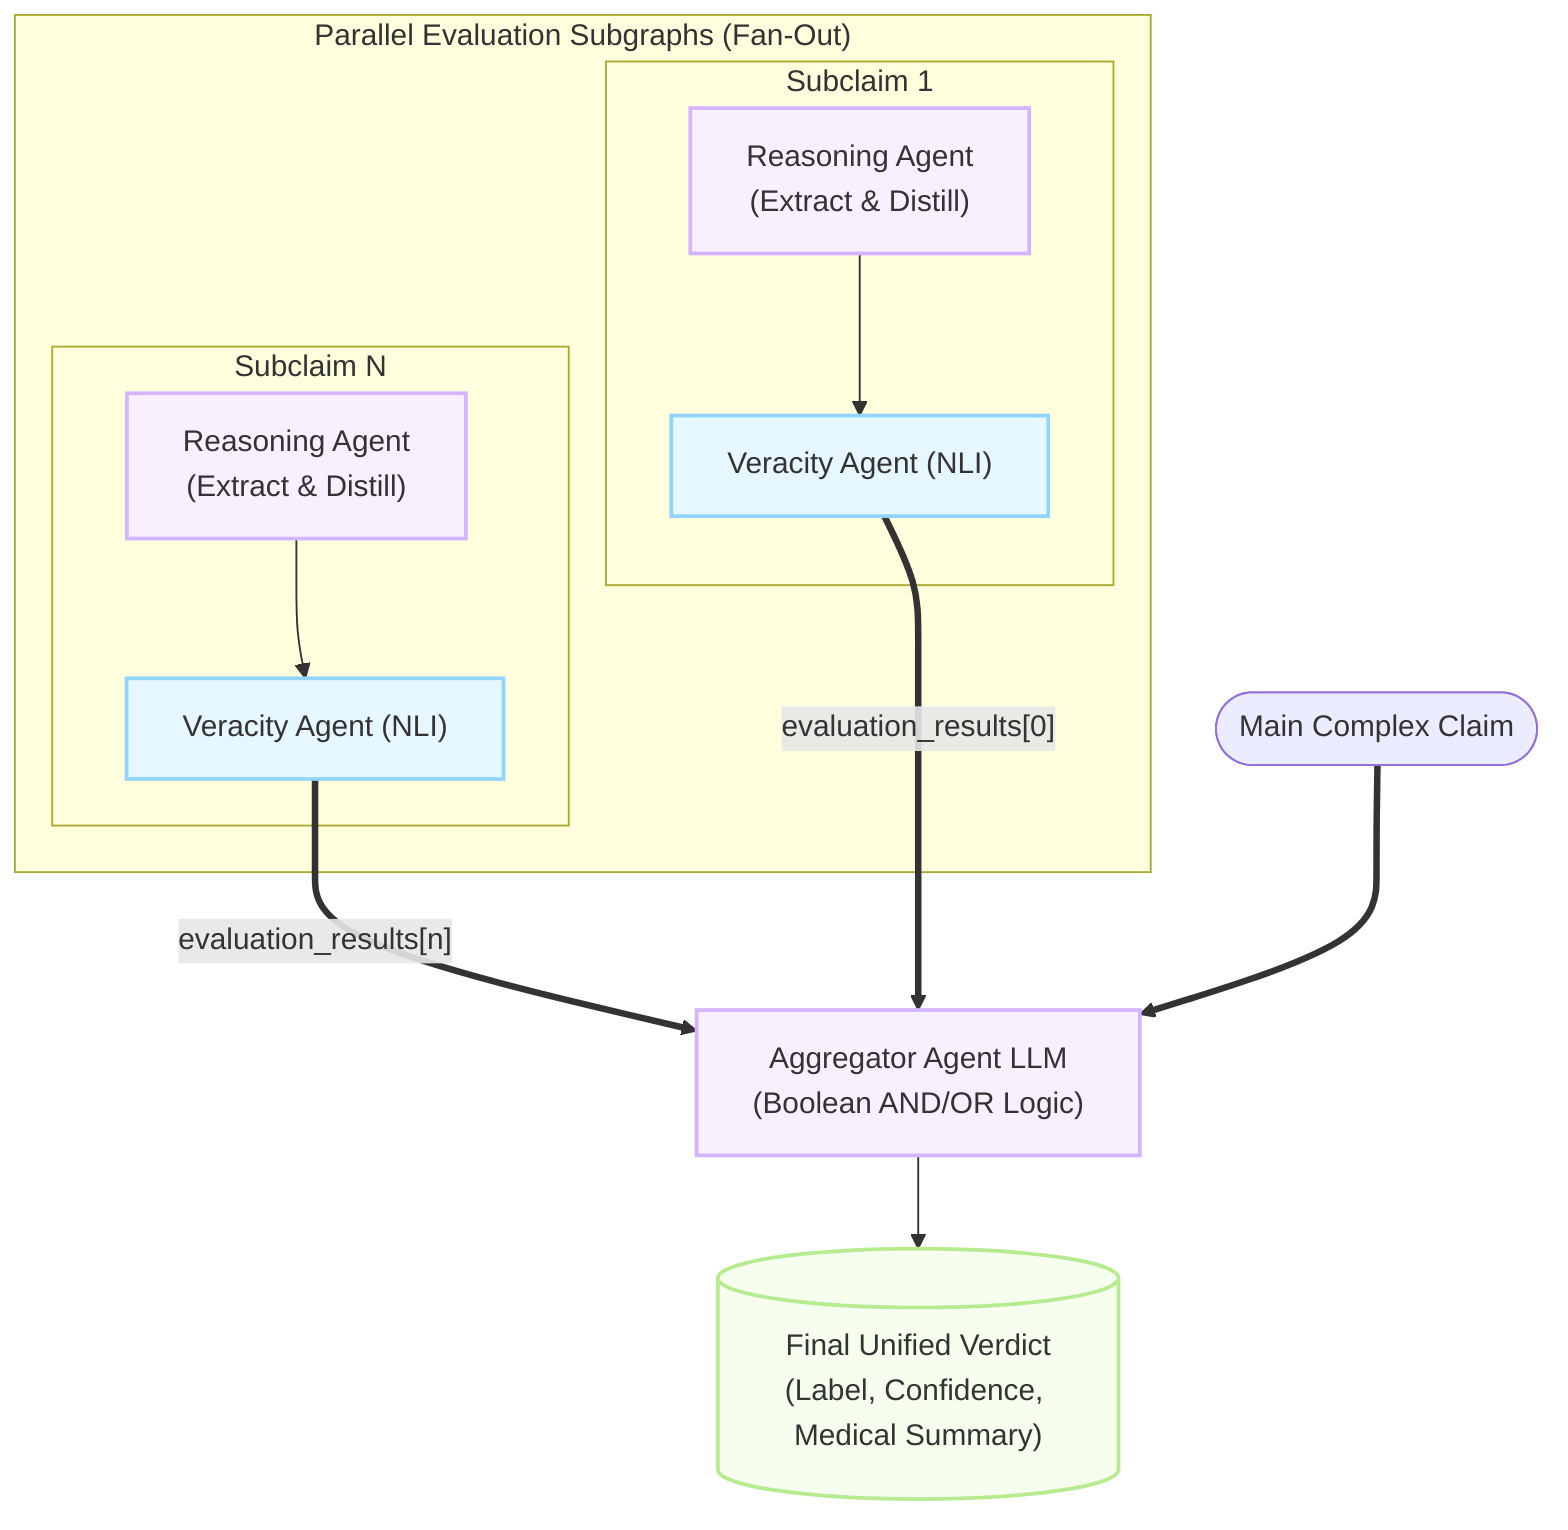
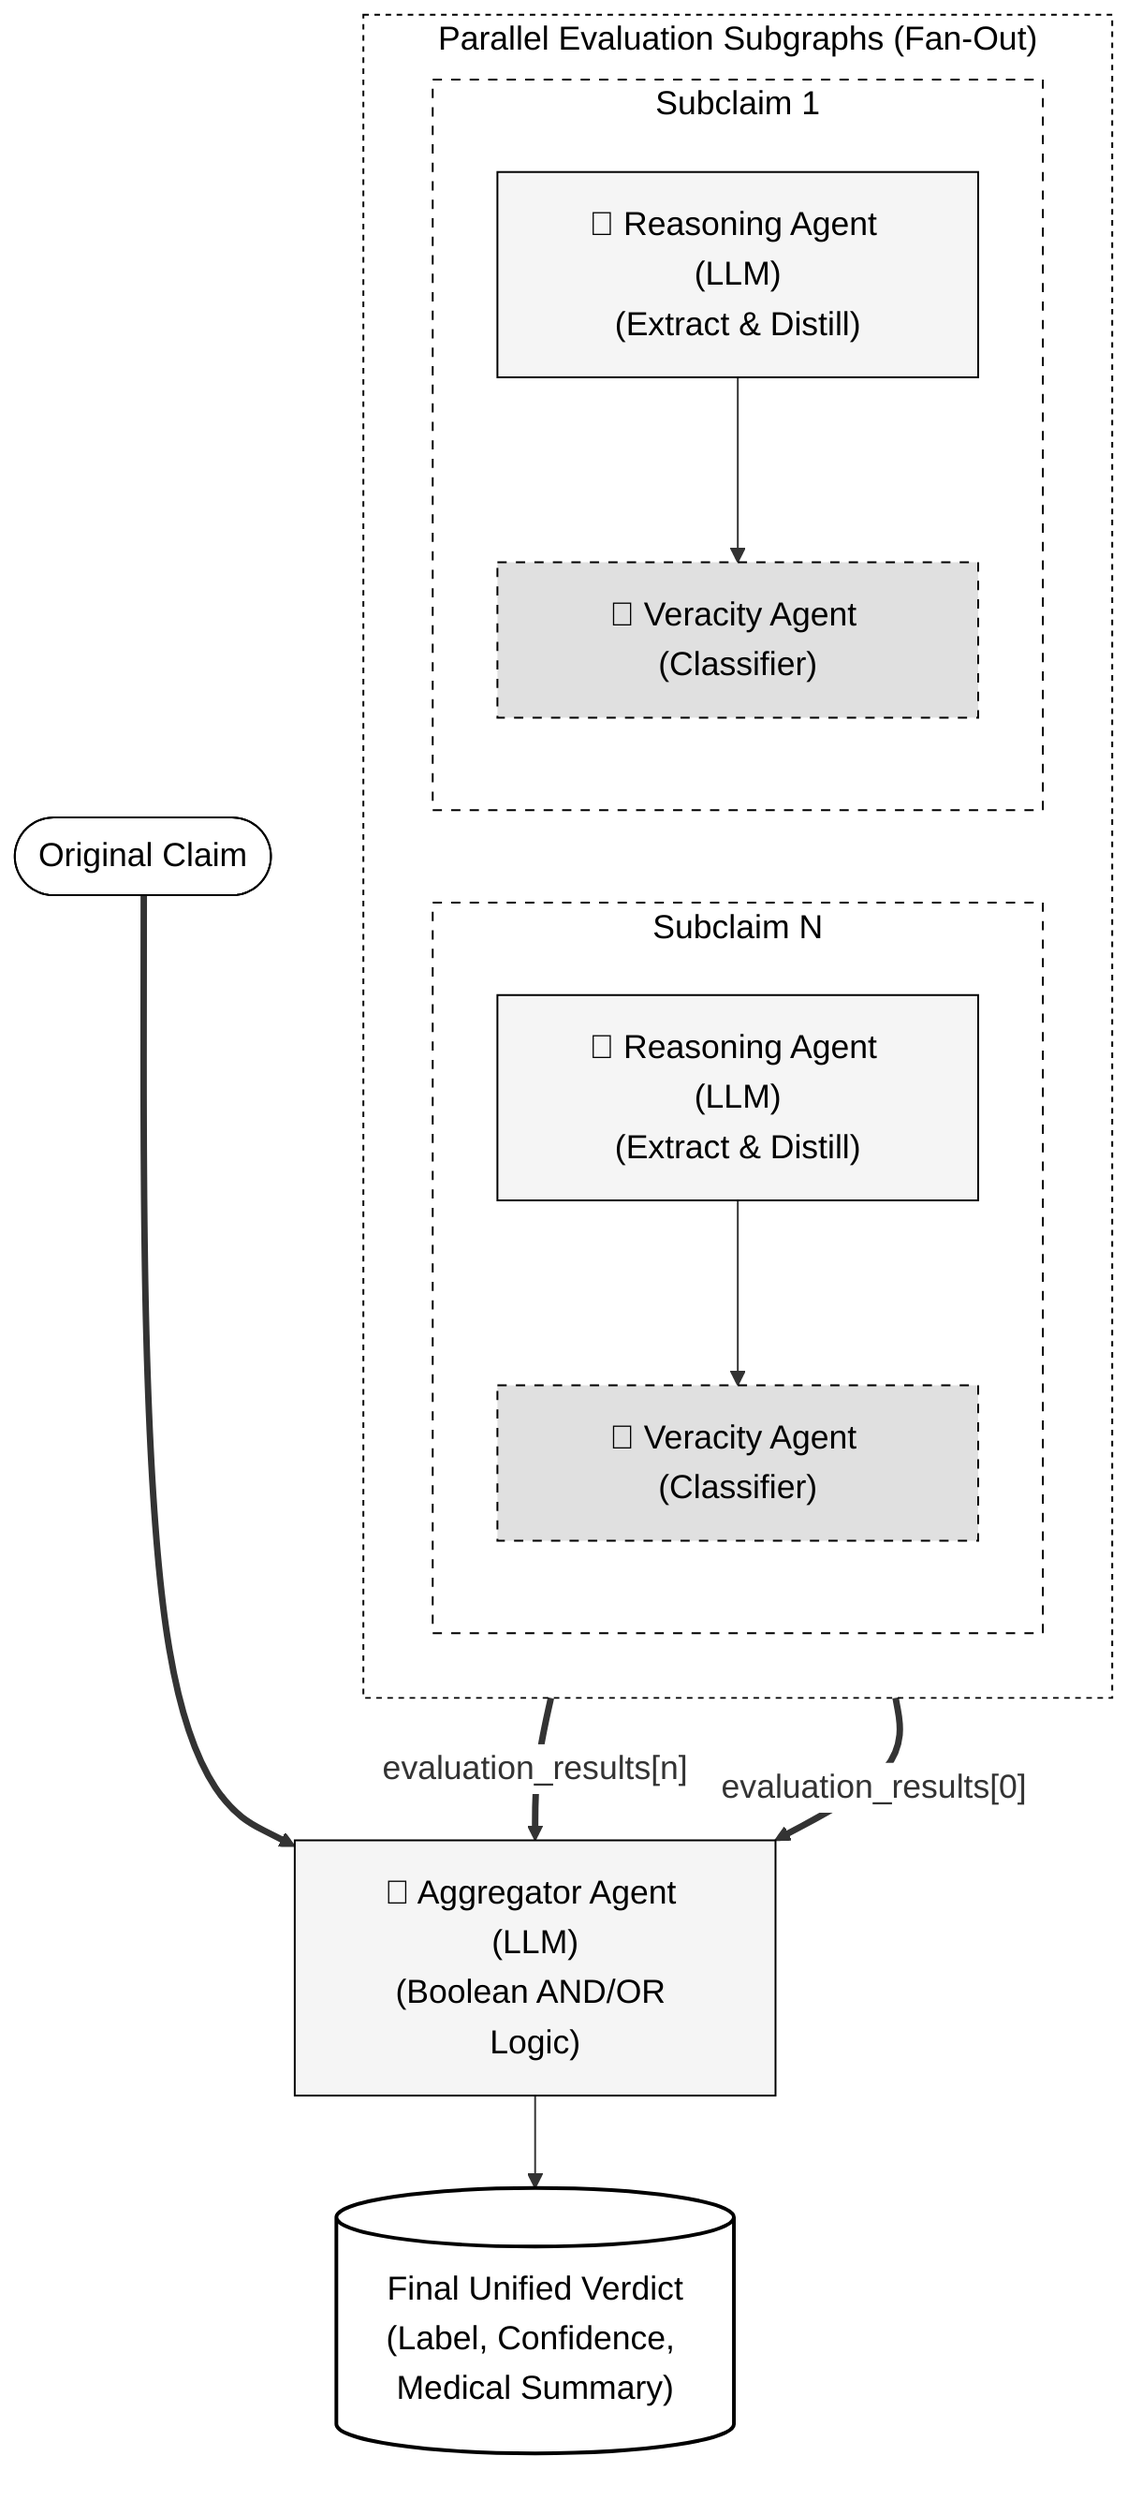
---
config:
  layout: fixed
---
+ %%{init: {"themeVariables": {"fontSize": "18px", "fontFamily": "arial", "edgeLabelBackground": "#ffffff"}}}%%
flowchart TB
+  subgraph SCN["Subclaim N"]
+         direction TB
+         VN["🤖 Veracity Agent (Classifier)"]
+         RN["🧠 Reasoning Agent (LLM)<br>(Extract &amp; Distill)"]
+   end
 subgraph SC1["Subclaim 1"]
-         V1["Veracity Agent (NLI)<br>"]
-         R1["Reasoning Agent<br>(Extract &amp; Distill)"]
-   end
-  subgraph SCN["Subclaim N"]
-         VN["Veracity Agent (NLI)<br>"]
-         RN["Reasoning Agent<br>(Extract &amp; Distill)"]
+         direction TB
+         V1["🤖 Veracity Agent (Classifier)"]
+         R1["🧠 Reasoning Agent (LLM)<br>(Extract &amp; Distill)"]
  end
 subgraph ParallelEval["Parallel Evaluation Subgraphs (Fan-Out)"]
+         direction LR
+         SCN
        SC1
-         SCN
  end
+     RN --> VN
    R1 --> V1
-     RN --> VN
-     SC1 ~~~ SCN
-     V1 == evaluation_results[0] ==> Agg["Aggregator Agent LLM<br>(Boolean AND/OR Logic)"]
-     VN == evaluation_results[n] ==> Agg
-     MainClaim(["Main Complex Claim"]) ==> Agg
+     VN == "evaluation_results[n]" ==> Agg["🧠 Aggregator Agent (LLM)<br>(Boolean AND/OR Logic)"]
+     V1 == "evaluation_results[0]" ==> Agg
+     MainClaim(["Original Claim"]) ==> Agg
    Agg --> Final[("Final Unified Verdict<br>(Label, Confidence, Medical Summary)")]

-      V1:::nli
-      R1:::llm
-      VN:::nli
-      RN:::llm
-      Agg:::llm
-      Final:::final
-     classDef llm fill:#f9f0ff,stroke:#d4b3ff,stroke-width:2px
-     classDef nli fill:#e6f7ff,stroke:#91d5ff,stroke-width:2px
-     classDef final fill:#f6ffed,stroke:#b7eb8f,stroke-width:2px+     %% Stili paper-like (Scala di grigi / B&N per articoli accademici)
+     classDef process fill:#f5f5f5,stroke:#000000,stroke-width:1px,color:#000000,font-size:18px;
+     classDef algorithmic fill:#e0e0e0,stroke:#000000,stroke-width:1px,stroke-dasharray: 5 5,color:#000000,font-size:18px;
+     classDef inputNode fill:#ffffff,stroke:#000000,stroke-width:1px,color:#000000,font-size:18px;
+     classDef finalNode fill:#ffffff,stroke:#000000,stroke-width:2px,color:#000000,font-size:18px;
+ 
+     %% Assegnazione degli stili
+     class R1,RN,Agg process;
+     class V1,VN algorithmic;
+     class MainClaim inputNode;
+     class Final finalNode;
+ 
+     %% Stile dei subgraph (bordo tratteggiato, sfondo trasparente)
+     style SC1 fill:none,stroke:#000000,stroke-width:1px,stroke-dasharray: 5 5,color:#000000,font-size:18px
+     style SCN fill:none,stroke:#000000,stroke-width:1px,stroke-dasharray: 5 5,color:#000000,font-size:18px
+     style ParallelEval fill:none,stroke:#000000,stroke-width:1px,stroke-dasharray: 3 3,color:#000000,font-size:18px